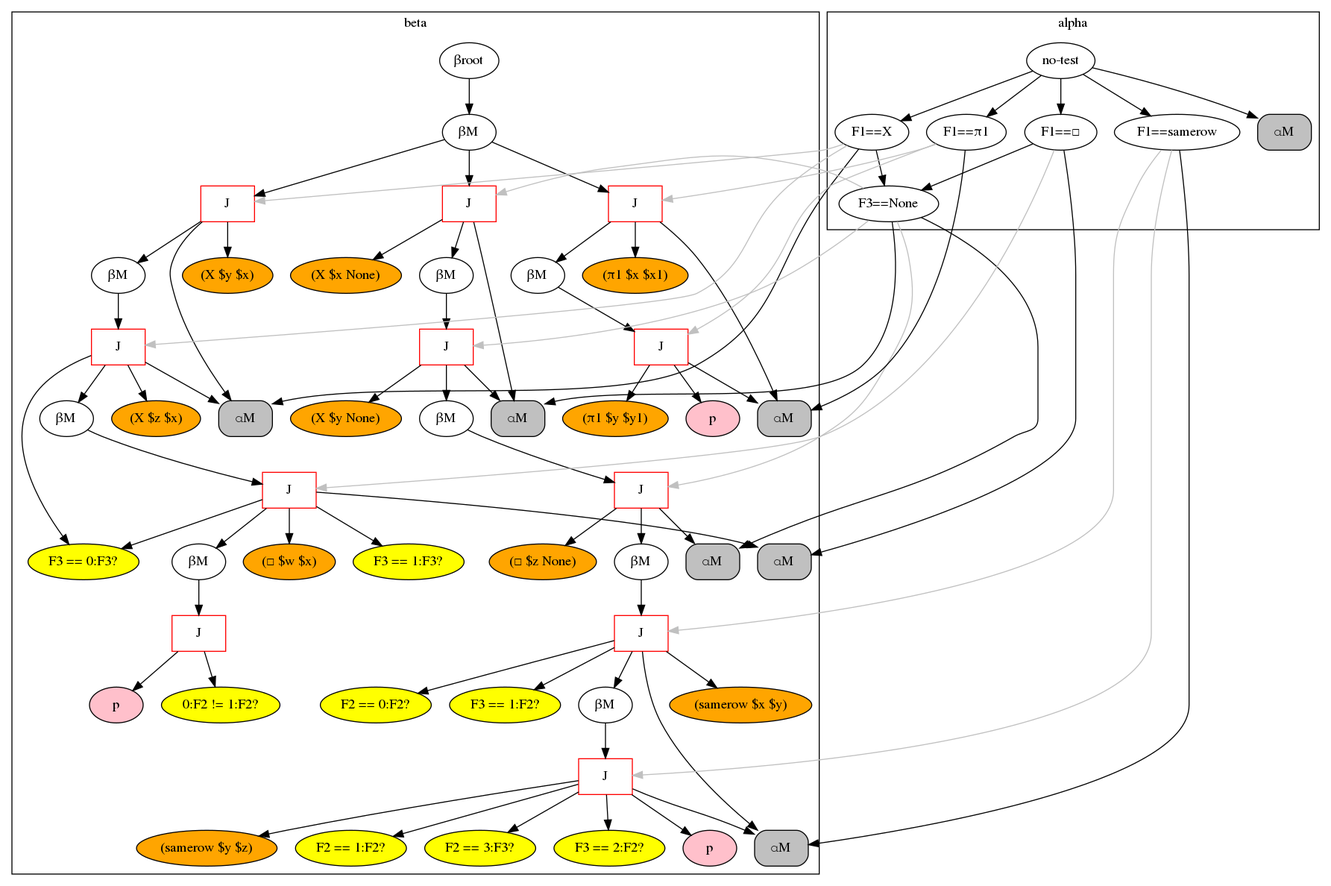
Above: rete.png in Cybernetic1/GIRL (Graphviz), before the change. Its source is kept beside it as rete.dot.
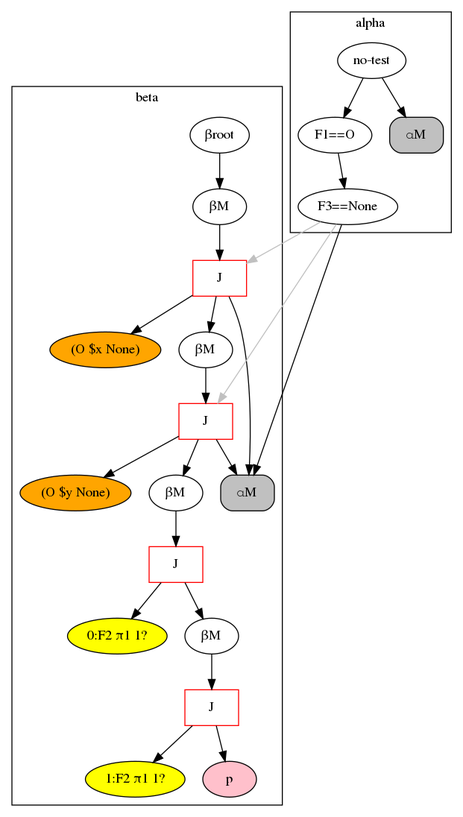
After the change.

Diff of the diagram source:
```diff
@@ -1,133 +1,45 @@
 digraph {
 	subgraph cluster_1 {
 	label = beta
-	"BetaNode 0x7f15fa1f0dd8" [label="βroot"];
-	"BetaNode 0x7f15fa1f0dd8" -> "BetaMemory 0x7f15fa191630";
-	"BetaMemory 0x7f15fa191630" [label="βM"];
-	"BetaMemory 0x7f15fa191630" -> "JoinNode 0x7f15fa191710";
-	"JoinNode 0x7f15fa191710" [shape=box,color=red,label="J"];
-	"JoinNode 0x7f15fa191710" -> "⍺M:<rete.alpha.AlphaMemory object at 0x7f15fa1916d8>"
-	"(X $y $x)" [style=filled,fillcolor=orange];
-	"JoinNode 0x7f15fa191710" -> "(X $y $x)"
-	"JoinNode 0x7f15fa191710" -> "BetaMemory 0x7f15fa191748";
-	"BetaMemory 0x7f15fa191748" [label="βM"];
-	"BetaMemory 0x7f15fa191748" -> "JoinNode 0x7f15fa191780";
-	"JoinNode 0x7f15fa191780" [shape=box,color=red,label="J"];
-	"JoinNode 0x7f15fa191780" -> "⍺M:<rete.alpha.AlphaMemory object at 0x7f15fa1916d8>"
-	"(X $z $x)" [style=filled,fillcolor=orange];
-	"JoinNode 0x7f15fa191780" -> "(X $z $x)"
-	"F3 == 0:F3?" [style=filled,fillcolor=yellow];
-	"JoinNode 0x7f15fa191780" -> "F3 == 0:F3?"
-	"JoinNode 0x7f15fa191780" -> "BetaMemory 0x7f15fa1917b8";
-	"BetaMemory 0x7f15fa1917b8" [label="βM"];
-	"BetaMemory 0x7f15fa1917b8" -> "JoinNode 0x7f15fa191908";
-	"JoinNode 0x7f15fa191908" [shape=box,color=red,label="J"];
-	"JoinNode 0x7f15fa191908" -> "⍺M:<rete.alpha.AlphaMemory object at 0x7f15fa191860>"
-	"(□ $w $x)" [style=filled,fillcolor=orange];
-	"JoinNode 0x7f15fa191908" -> "(□ $w $x)"
-	"F3 == 0:F3?" [style=filled,fillcolor=yellow];
-	"JoinNode 0x7f15fa191908" -> "F3 == 0:F3?"
-	"F3 == 1:F3?" [style=filled,fillcolor=yellow];
-	"JoinNode 0x7f15fa191908" -> "F3 == 1:F3?"
-	"JoinNode 0x7f15fa191908" -> "BetaMemory 0x7f15fa191940";
-	"BetaMemory 0x7f15fa191940" [label="βM"];
-	"BetaMemory 0x7f15fa191940" -> "JoinNode 0x7f15fa191978";
-	"JoinNode 0x7f15fa191978" [shape=box,color=red,label="J"];
-	"0:F2 != 1:F2?" [style=filled,fillcolor=yellow];
-	"JoinNode 0x7f15fa191978" -> "0:F2 != 1:F2?"
-	"JoinNode 0x7f15fa191978" -> "PNode 0x7f15fa1915f8";
-	"PNode 0x7f15fa1915f8" [style=filled,fillcolor=pink,label="p"];
-	"BetaMemory 0x7f15fa191630" -> "JoinNode 0x7f15fa191b70";
-	"JoinNode 0x7f15fa191b70" [shape=box,color=red,label="J"];
-	"JoinNode 0x7f15fa191b70" -> "⍺M:<rete.alpha.AlphaMemory object at 0x7f15fa191b38>"
-	"(X $x None)" [style=filled,fillcolor=orange];
-	"JoinNode 0x7f15fa191b70" -> "(X $x None)"
-	"JoinNode 0x7f15fa191b70" -> "BetaMemory 0x7f15fa191ba8";
-	"BetaMemory 0x7f15fa191ba8" [label="βM"];
-	"BetaMemory 0x7f15fa191ba8" -> "JoinNode 0x7f15fa191be0";
-	"JoinNode 0x7f15fa191be0" [shape=box,color=red,label="J"];
-	"JoinNode 0x7f15fa191be0" -> "⍺M:<rete.alpha.AlphaMemory object at 0x7f15fa191b38>"
-	"(X $y None)" [style=filled,fillcolor=orange];
-	"JoinNode 0x7f15fa191be0" -> "(X $y None)"
-	"JoinNode 0x7f15fa191be0" -> "BetaMemory 0x7f15fa191c18";
-	"BetaMemory 0x7f15fa191c18" [label="βM"];
-	"BetaMemory 0x7f15fa191c18" -> "JoinNode 0x7f15fa191cc0";
-	"JoinNode 0x7f15fa191cc0" [shape=box,color=red,label="J"];
-	"JoinNode 0x7f15fa191cc0" -> "⍺M:<rete.alpha.AlphaMemory object at 0x7f15fa191c88>"
-	"(□ $z None)" [style=filled,fillcolor=orange];
-	"JoinNode 0x7f15fa191cc0" -> "(□ $z None)"
-	"JoinNode 0x7f15fa191cc0" -> "BetaMemory 0x7f15fa191cf8";
-	"BetaMemory 0x7f15fa191cf8" [label="βM"];
-	"BetaMemory 0x7f15fa191cf8" -> "JoinNode 0x7f15fa191e10";
-	"JoinNode 0x7f15fa191e10" [shape=box,color=red,label="J"];
-	"JoinNode 0x7f15fa191e10" -> "⍺M:<rete.alpha.AlphaMemory object at 0x7f15fa191d68>"
-	"(samerow $x $y)" [style=filled,fillcolor=orange];
-	"JoinNode 0x7f15fa191e10" -> "(samerow $x $y)"
-	"F2 == 0:F2?" [style=filled,fillcolor=yellow];
-	"JoinNode 0x7f15fa191e10" -> "F2 == 0:F2?"
-	"F3 == 1:F2?" [style=filled,fillcolor=yellow];
-	"JoinNode 0x7f15fa191e10" -> "F3 == 1:F2?"
-	"JoinNode 0x7f15fa191e10" -> "BetaMemory 0x7f15fa191e48";
-	"BetaMemory 0x7f15fa191e48" [label="βM"];
-	"BetaMemory 0x7f15fa191e48" -> "JoinNode 0x7f15fa191e80";
-	"JoinNode 0x7f15fa191e80" [shape=box,color=red,label="J"];
-	"JoinNode 0x7f15fa191e80" -> "⍺M:<rete.alpha.AlphaMemory object at 0x7f15fa191d68>"
-	"(samerow $y $z)" [style=filled,fillcolor=orange];
-	"JoinNode 0x7f15fa191e80" -> "(samerow $y $z)"
-	"F2 == 1:F2?" [style=filled,fillcolor=yellow];
-	"JoinNode 0x7f15fa191e80" -> "F2 == 1:F2?"
-	"F2 == 3:F3?" [style=filled,fillcolor=yellow];
-	"JoinNode 0x7f15fa191e80" -> "F2 == 3:F3?"
-	"F3 == 2:F2?" [style=filled,fillcolor=yellow];
-	"JoinNode 0x7f15fa191e80" -> "F3 == 2:F2?"
-	"JoinNode 0x7f15fa191e80" -> "PNode 0x7f15fa191ac8";
-	"PNode 0x7f15fa191ac8" [style=filled,fillcolor=pink,label="p"];
-	"BetaMemory 0x7f15fa191630" -> "JoinNode 0x7f15fa1990b8";
-	"JoinNode 0x7f15fa1990b8" [shape=box,color=red,label="J"];
-	"JoinNode 0x7f15fa1990b8" -> "⍺M:<rete.alpha.AlphaMemory object at 0x7f15fa199080>"
-	"(π1 $x $x1)" [style=filled,fillcolor=orange];
-	"JoinNode 0x7f15fa1990b8" -> "(π1 $x $x1)"
-	"JoinNode 0x7f15fa1990b8" -> "BetaMemory 0x7f15fa1990f0";
-	"BetaMemory 0x7f15fa1990f0" [label="βM"];
-	"BetaMemory 0x7f15fa1990f0" -> "JoinNode 0x7f15fa199128";
-	"JoinNode 0x7f15fa199128" [shape=box,color=red,label="J"];
-	"JoinNode 0x7f15fa199128" -> "⍺M:<rete.alpha.AlphaMemory object at 0x7f15fa199080>"
-	"(π1 $y $y1)" [style=filled,fillcolor=orange];
-	"JoinNode 0x7f15fa199128" -> "(π1 $y $y1)"
-	"JoinNode 0x7f15fa199128" -> "PNode 0x7f15fa191fd0";
-	"PNode 0x7f15fa191fd0" [style=filled,fillcolor=pink,label="p"];
+	"BetaNode 0x7f4659662ba8" [label="βroot"];
+	"BetaNode 0x7f4659662ba8" -> "BetaMemory 0x7f4659690048";
+	"BetaMemory 0x7f4659690048" [label="βM"];
+	"BetaMemory 0x7f4659690048" -> "JoinNode 0x7f4659690160";
+	"JoinNode 0x7f4659690160" [shape=box,color=red,label="J"];
+	"JoinNode 0x7f4659690160" -> "⍺M:<rete.alpha.AlphaMemory object at 0x7f4659690128>"
+	"(O $x None)" [style=filled,fillcolor=orange];
+	"JoinNode 0x7f4659690160" -> "(O $x None)"
+	"JoinNode 0x7f4659690160" -> "BetaMemory 0x7f4659690198";
+	"BetaMemory 0x7f4659690198" [label="βM"];
+	"BetaMemory 0x7f4659690198" -> "JoinNode 0x7f46596901d0";
+	"JoinNode 0x7f46596901d0" [shape=box,color=red,label="J"];
+	"JoinNode 0x7f46596901d0" -> "⍺M:<rete.alpha.AlphaMemory object at 0x7f4659690128>"
+	"(O $y None)" [style=filled,fillcolor=orange];
+	"JoinNode 0x7f46596901d0" -> "(O $y None)"
+	"JoinNode 0x7f46596901d0" -> "BetaMemory 0x7f4659690208";
+	"BetaMemory 0x7f4659690208" [label="βM"];
+	"BetaMemory 0x7f4659690208" -> "JoinNode 0x7f4659690240";
+	"JoinNode 0x7f4659690240" [shape=box,color=red,label="J"];
+	"0:F2 π1 1?" [style=filled,fillcolor=yellow];
+	"JoinNode 0x7f4659690240" -> "0:F2 π1 1?"
+	"JoinNode 0x7f4659690240" -> "BetaMemory 0x7f46596902b0";
+	"BetaMemory 0x7f46596902b0" [label="βM"];
+	"BetaMemory 0x7f46596902b0" -> "JoinNode 0x7f46596902e8";
+	"JoinNode 0x7f46596902e8" [shape=box,color=red,label="J"];
+	"1:F2 π1 1?" [style=filled,fillcolor=yellow];
+	"JoinNode 0x7f46596902e8" -> "1:F2 π1 1?"
+	"JoinNode 0x7f46596902e8" -> "PNode 0x7f4659686fd0";
+	"PNode 0x7f4659686fd0" [style=filled,fillcolor=pink,label="p"];
 	}
 	subgraph cluster_0 {
 	label = alpha
-	"no-test" -> "F1==X";
-	"F1==X" -> "F3==None";
-	"F3==None" -> "⍺M:<rete.alpha.AlphaMemory object at 0x7f15fa191b38>";
-	"⍺M:<rete.alpha.AlphaMemory object at 0x7f15fa191b38>" [shape=box, style="rounded,filled", label="⍺M", fillcolor=gray];
-	"F1==X" -> "⍺M:<rete.alpha.AlphaMemory object at 0x7f15fa1916d8>";
-	"⍺M:<rete.alpha.AlphaMemory object at 0x7f15fa1916d8>" [shape=box, style="rounded,filled", label="⍺M", fillcolor=gray];
-	"no-test" -> "F1==□";
-	"F1==□" -> "F3==None";
-	"F3==None" -> "⍺M:<rete.alpha.AlphaMemory object at 0x7f15fa191c88>";
-	"⍺M:<rete.alpha.AlphaMemory object at 0x7f15fa191c88>" [shape=box, style="rounded,filled", label="⍺M", fillcolor=gray];
-	"F1==□" -> "⍺M:<rete.alpha.AlphaMemory object at 0x7f15fa191860>";
-	"⍺M:<rete.alpha.AlphaMemory object at 0x7f15fa191860>" [shape=box, style="rounded,filled", label="⍺M", fillcolor=gray];
-	"no-test" -> "F1==samerow";
-	"F1==samerow" -> "⍺M:<rete.alpha.AlphaMemory object at 0x7f15fa191d68>";
-	"⍺M:<rete.alpha.AlphaMemory object at 0x7f15fa191d68>" [shape=box, style="rounded,filled", label="⍺M", fillcolor=gray];
-	"no-test" -> "F1==π1";
-	"F1==π1" -> "⍺M:<rete.alpha.AlphaMemory object at 0x7f15fa199080>";
-	"⍺M:<rete.alpha.AlphaMemory object at 0x7f15fa199080>" [shape=box, style="rounded,filled", label="⍺M", fillcolor=gray];
-	"no-test" -> "⍺M:<rete.alpha.AlphaMemory object at 0x7f15fa1f0cf8>";
-	"⍺M:<rete.alpha.AlphaMemory object at 0x7f15fa1f0cf8>" [shape=box, style="rounded,filled", label="⍺M", fillcolor=gray];
+	"no-test" -> "F1==O";
+	"F1==O" -> "F3==None";
+	"F3==None" -> "⍺M:<rete.alpha.AlphaMemory object at 0x7f4659690128>";
+	"⍺M:<rete.alpha.AlphaMemory object at 0x7f4659690128>" [shape=box, style="rounded,filled", label="⍺M", fillcolor=gray];
+	"no-test" -> "⍺M:<rete.alpha.AlphaMemory object at 0x7f4659662860>";
+	"⍺M:<rete.alpha.AlphaMemory object at 0x7f4659662860>" [shape=box, style="rounded,filled", label="⍺M", fillcolor=gray];
 	}
-	"F1==X" -> "JoinNode 0x7f15fa191710" [color=gray];
-	"F1==X" -> "JoinNode 0x7f15fa191780" [color=gray];
-	"F3==None" -> "JoinNode 0x7f15fa191b70" [color=gray];
-	"F3==None" -> "JoinNode 0x7f15fa191be0" [color=gray];
-	"F1==□" -> "JoinNode 0x7f15fa191908" [color=gray];
-	"F3==None" -> "JoinNode 0x7f15fa191cc0" [color=gray];
-	"F1==samerow" -> "JoinNode 0x7f15fa191e10" [color=gray];
-	"F1==samerow" -> "JoinNode 0x7f15fa191e80" [color=gray];
-	"F1==π1" -> "JoinNode 0x7f15fa1990b8" [color=gray];
-	"F1==π1" -> "JoinNode 0x7f15fa199128" [color=gray];
+	"F3==None" -> "JoinNode 0x7f4659690160" [color=gray];
+	"F3==None" -> "JoinNode 0x7f46596901d0" [color=gray];
 }
```
